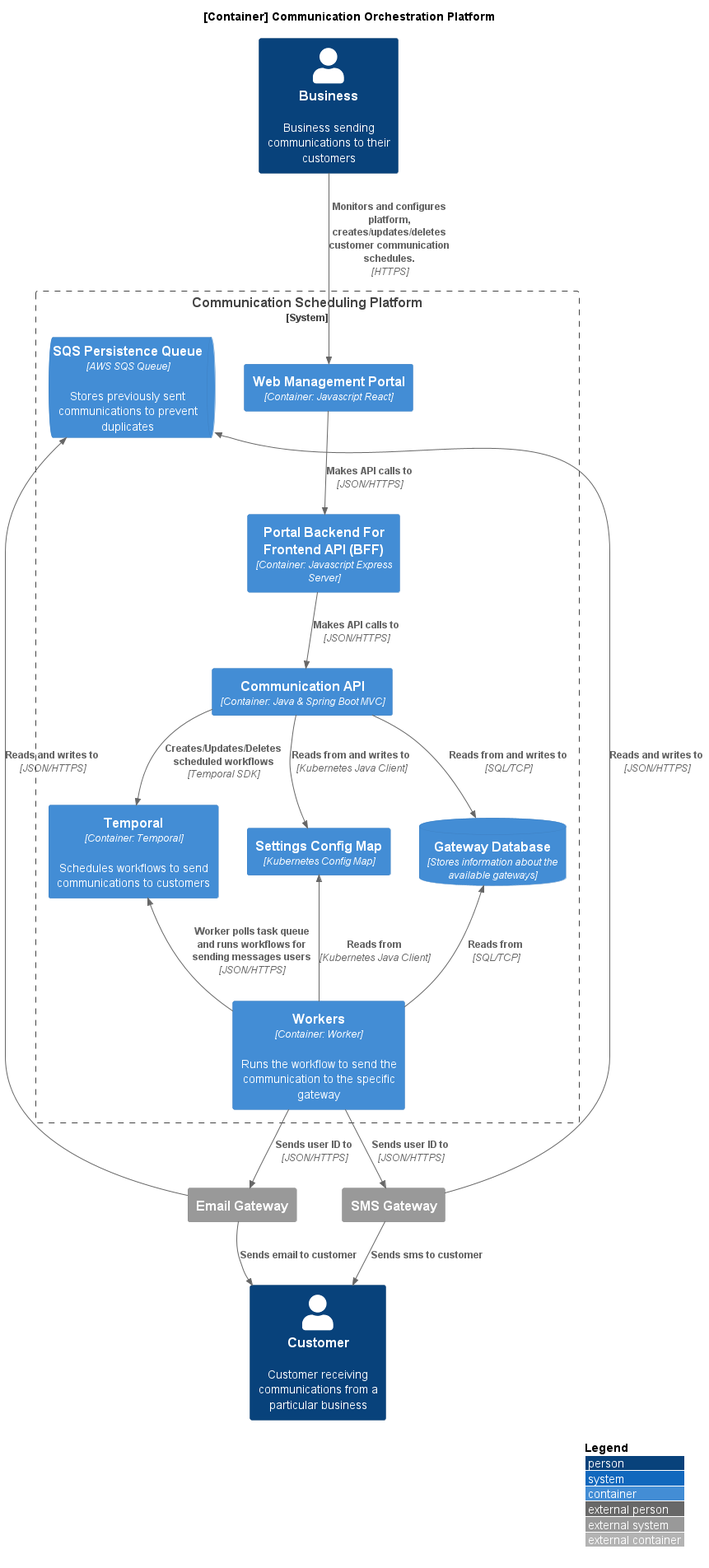
Earlier version of the PlantUML export Designs/Images/System Context/SystemContainerDiagram.png (CameronWard301/communication_scheduler).
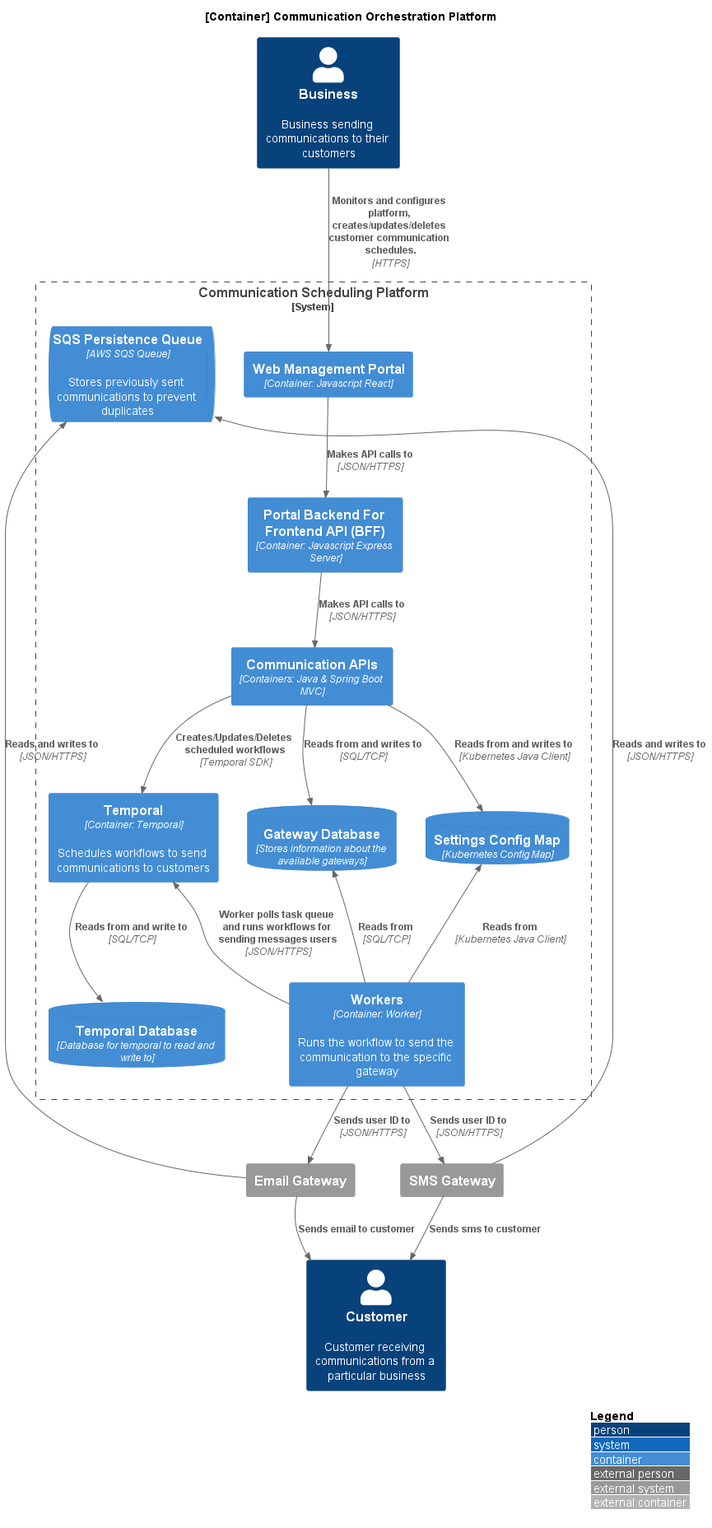
Above is the later version.

The edit, as a diff of the source:
```diff
@@ -11,10 +11,11 @@
 System_Boundary(system, "Communication Scheduling Platform") {
     Container(temporal, "Temporal", "Container: Temporal", "Schedules workflows to send communications to customers")
     ContainerDb(gatewayDB, "Gateway Database", "Stores information about the available gateways")
-    Container(platformAPI, "Communication API", "Container: Java & Spring Boot MVC")
+    ContainerDb(temporalDB, "Temporal Database", "Database for temporal to read and write to")
+    Container(platformAPI, "Communication APIs", "Containers: Java & Spring Boot MVC")
     Container(webBFF, "Portal Backend For Frontend API (BFF)", "Container: Javascript Express Server")
     Container(webPortal, "Web Management Portal", "Container: Javascript React")
-    Container(settings, "Settings Config Map", "Kubernetes Config Map")
+    ContainerDb(settings, "Settings Config Map", "Kubernetes Config Map")
     Container(workers, "Workers", "Container: Worker", "Runs the workflow to send the communication to the specific gateway")
     ContainerQueue(queue, "SQS Persistence Queue", "AWS SQS Queue", "Stores previously sent communications to prevent duplicates")
 }
@@ -29,6 +30,7 @@
 Rel(platformAPI, gatewayDB, "Reads from and writes to", "SQL/TCP")
 Rel(platformAPI, settings, "Reads from and writes to", "Kubernetes Java Client")
 Rel(platformAPI, temporal, "Creates/Updates/Deletes scheduled workflows", "Temporal SDK")
+Rel(temporal, temporalDB, "Reads from and write to", "SQL/TCP")
 Rel_Up(workers, temporal, "Worker polls task queue and runs workflows for sending messages users", "JSON/HTTPS")
 Rel_Up(workers, gatewayDB, "Reads from", "SQL/TCP")
 Rel_Up(workers, settings, "Reads from", "Kubernetes Java Client")
```
